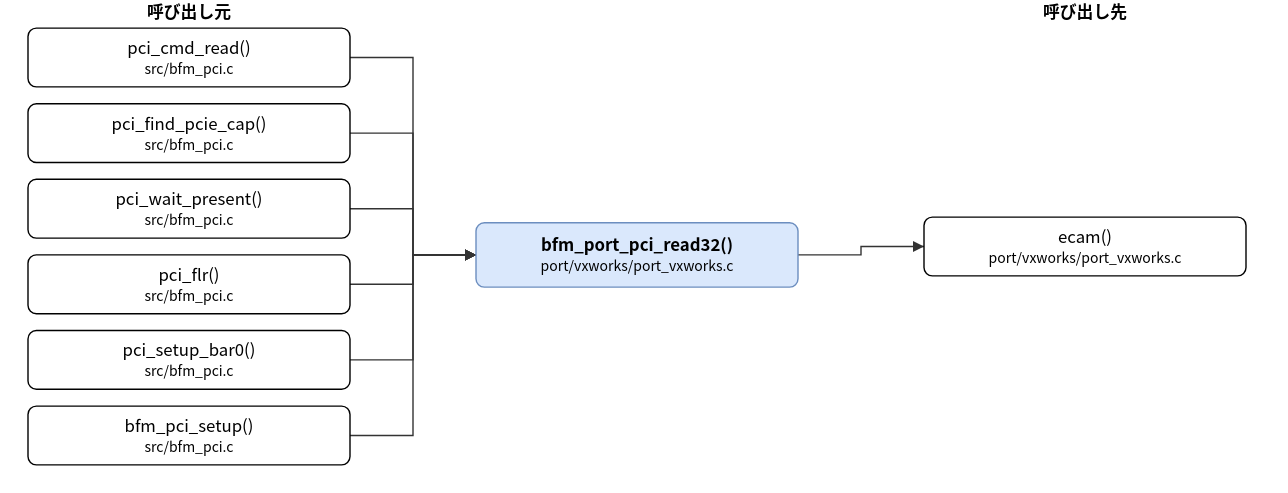
Before: doc/spec/images/call_port_vxworks_port_vxworks-bfm_port_pci_read32.drawio.svg, a diagram exported from draw.io (hf355051012-ai/bfmem). Source tidied: cells renumbered, new cells last; positions are measured from the earlier drawing's top-left corner, leaving out a move shared by most shapes.
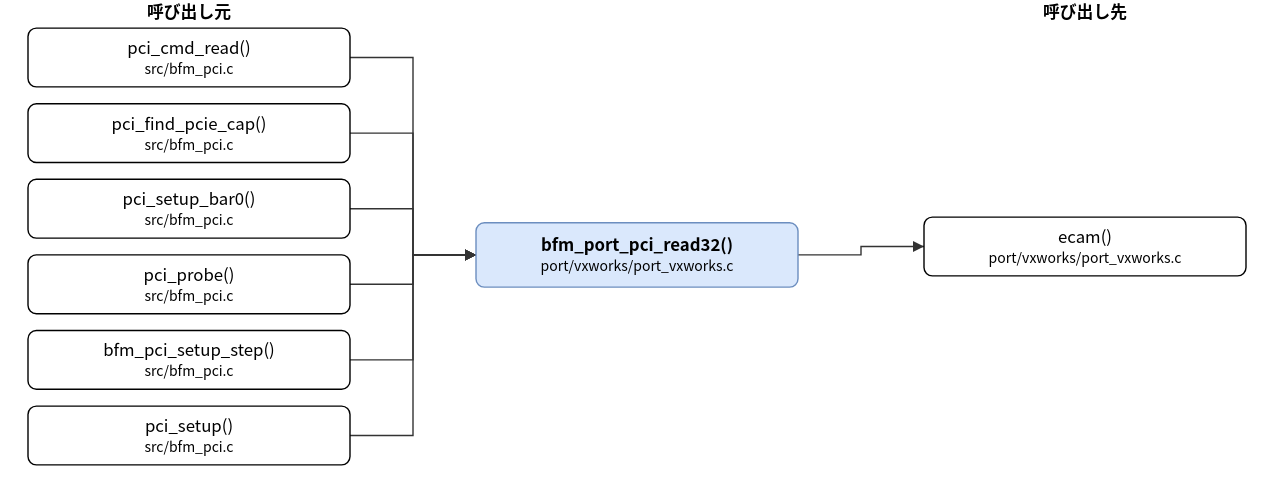
After the commit.

Diff of the diagram source:
```diff
@@ -11,16 +11,16 @@
     <mxCell id="4" value="pci_find_pcie_cap()&lt;br&gt;&lt;font style=&quot;font-size:10px&quot;&gt;src/bfm_pci.c&lt;/font&gt;" style="rounded=1;whiteSpace=wrap;html=1;" parent="1" vertex="1">
       <mxGeometry y="74" width="230" height="42" as="geometry" />
     </mxCell>
-    <mxCell id="5" value="pci_wait_present()&lt;br&gt;&lt;font style=&quot;font-size:10px&quot;&gt;src/bfm_pci.c&lt;/font&gt;" style="rounded=1;whiteSpace=wrap;html=1;" parent="1" vertex="1">
+    <mxCell id="5" value="pci_setup_bar0()&lt;br&gt;&lt;font style=&quot;font-size:10px&quot;&gt;src/bfm_pci.c&lt;/font&gt;" style="rounded=1;whiteSpace=wrap;html=1;" parent="1" vertex="1">
       <mxGeometry y="128" width="230" height="42" as="geometry" />
     </mxCell>
-    <mxCell id="6" value="pci_flr()&lt;br&gt;&lt;font style=&quot;font-size:10px&quot;&gt;src/bfm_pci.c&lt;/font&gt;" style="rounded=1;whiteSpace=wrap;html=1;" parent="1" vertex="1">
+    <mxCell id="6" value="pci_probe()&lt;br&gt;&lt;font style=&quot;font-size:10px&quot;&gt;src/bfm_pci.c&lt;/font&gt;" style="rounded=1;whiteSpace=wrap;html=1;" parent="1" vertex="1">
       <mxGeometry y="182" width="230" height="42" as="geometry" />
     </mxCell>
-    <mxCell id="7" value="pci_setup_bar0()&lt;br&gt;&lt;font style=&quot;font-size:10px&quot;&gt;src/bfm_pci.c&lt;/font&gt;" style="rounded=1;whiteSpace=wrap;html=1;" parent="1" vertex="1">
+    <mxCell id="7" value="bfm_pci_setup_step()&lt;br&gt;&lt;font style=&quot;font-size:10px&quot;&gt;src/bfm_pci.c&lt;/font&gt;" style="rounded=1;whiteSpace=wrap;html=1;" parent="1" vertex="1">
       <mxGeometry y="236" width="230" height="42" as="geometry" />
     </mxCell>
-    <mxCell id="8" value="bfm_pci_setup()&lt;br&gt;&lt;font style=&quot;font-size:10px&quot;&gt;src/bfm_pci.c&lt;/font&gt;" style="rounded=1;whiteSpace=wrap;html=1;" parent="1" vertex="1">
+    <mxCell id="8" value="pci_setup()&lt;br&gt;&lt;font style=&quot;font-size:10px&quot;&gt;src/bfm_pci.c&lt;/font&gt;" style="rounded=1;whiteSpace=wrap;html=1;" parent="1" vertex="1">
       <mxGeometry y="290" width="230" height="42" as="geometry" />
     </mxCell>
     <mxCell id="9" value="ecam()&lt;br&gt;&lt;font style=&quot;font-size:10px&quot;&gt;port/vxworks/port_vxworks.c&lt;/font&gt;" style="rounded=1;whiteSpace=wrap;html=1;" parent="1" vertex="1">
```
